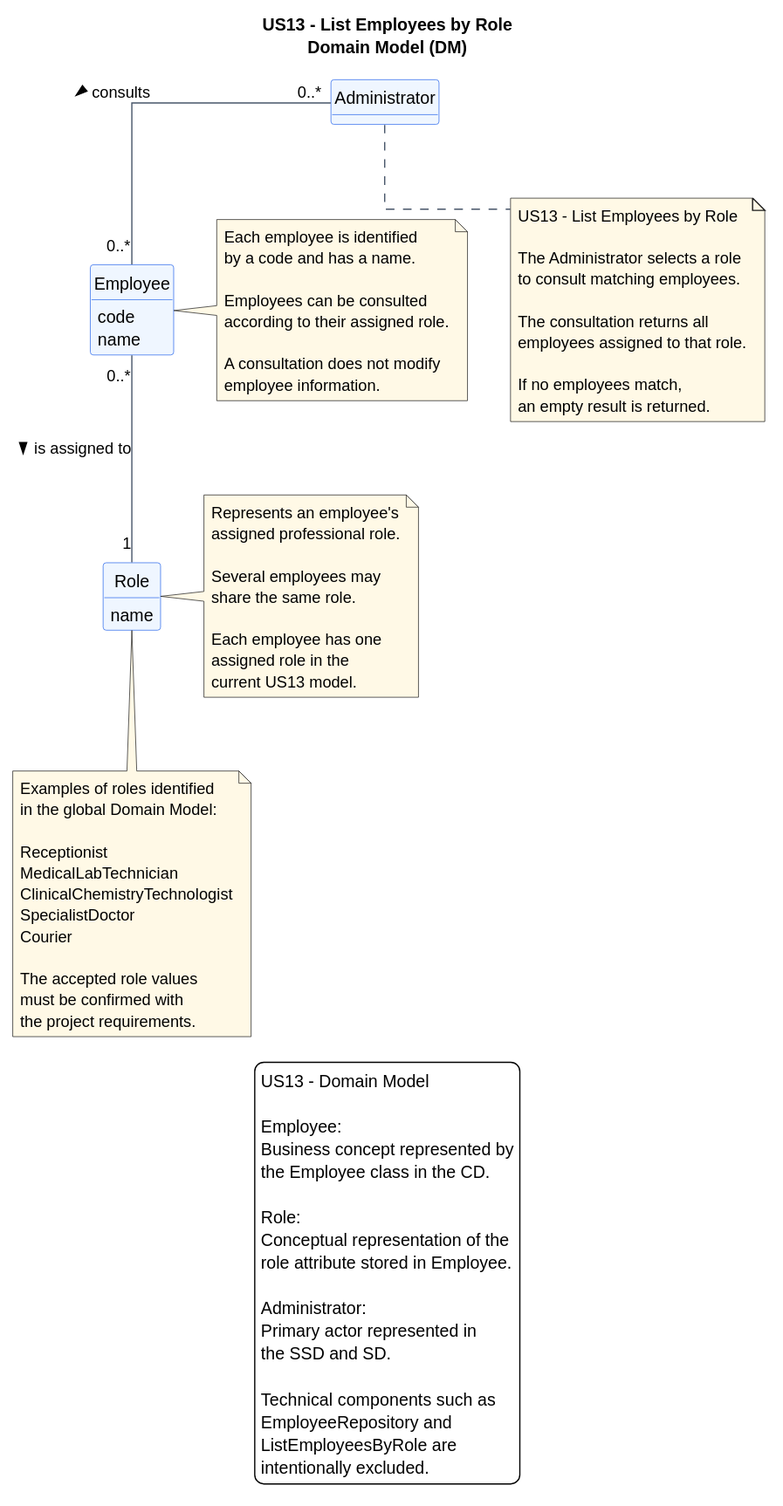
jmaia574/leti-esoft-26-27-B6 keeps this PlantUML diagram as docs/system-documentation/US13/svg/US13-DM.svg. Above is the earlier version.
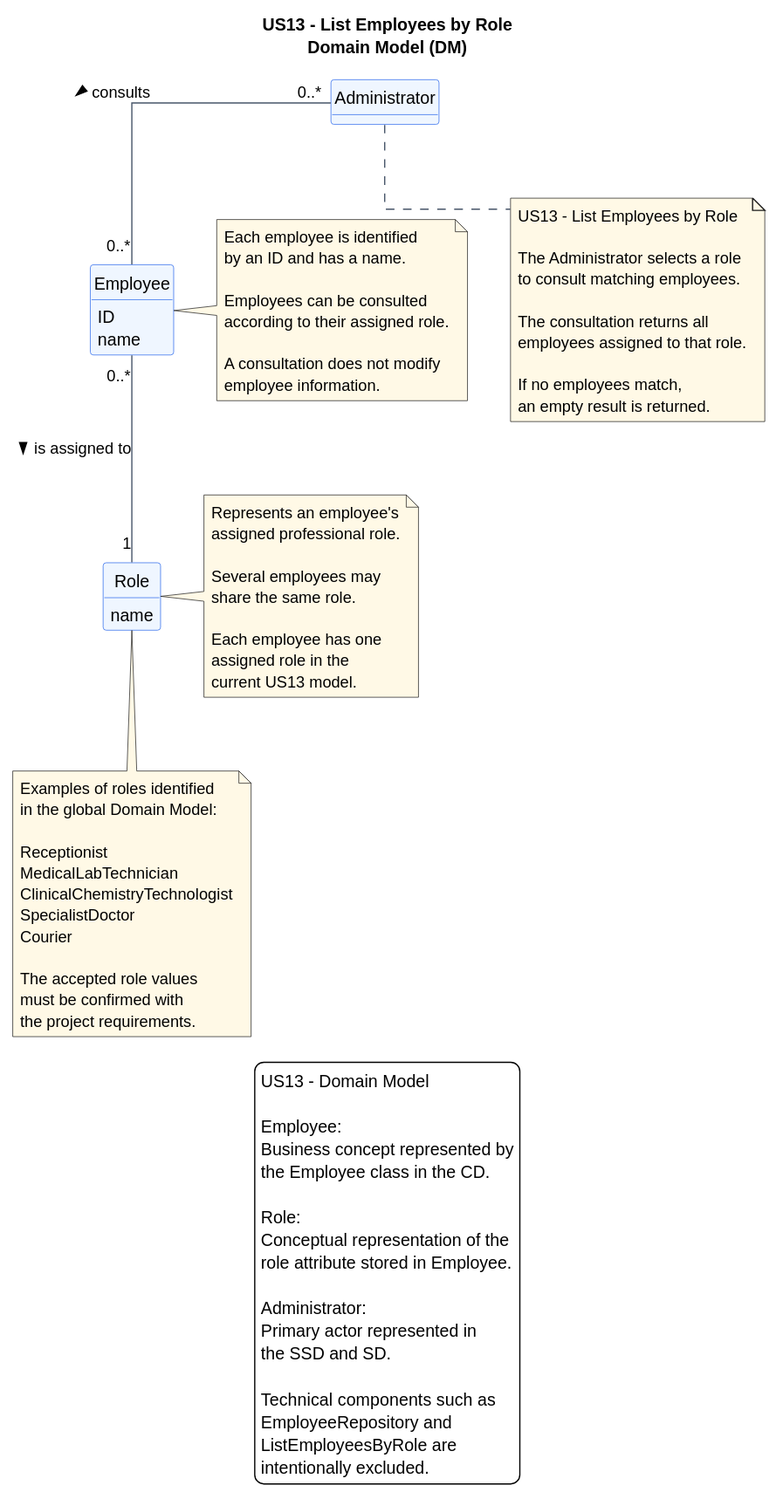
Later version of the same file.

Diff of the diagram source:
```diff
@@ -18,7 +18,7 @@
 class Administrator
 
 class Employee {
-    code
+    ID
     name
 }
 
@@ -34,7 +34,7 @@
 
 note right of Employee
 Each employee is identified
-by a code and has a name.
+by an ID and has a name.
 
 Employees can be consulted
 according to their assigned role.
```
